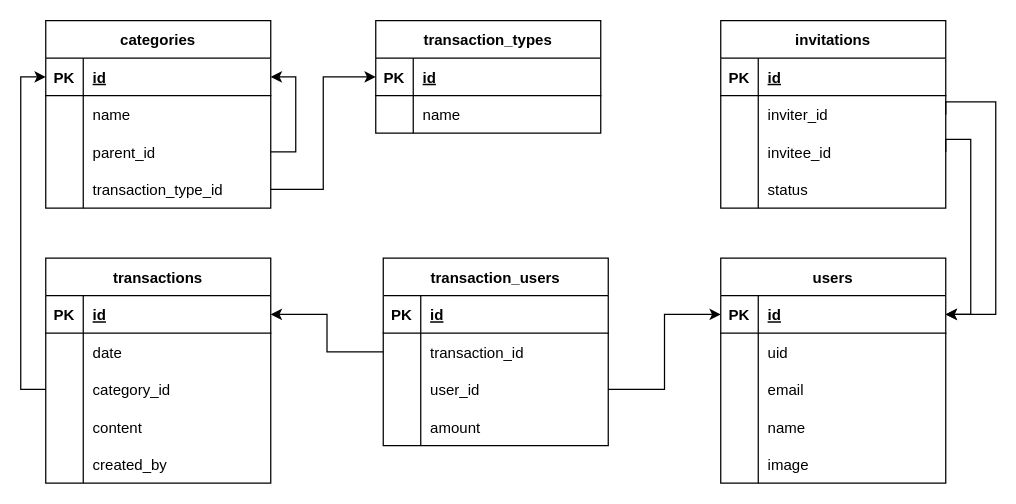
This is er.drawio from codeto0516/pairly-backend, a draw.io file, before an edit. Source tidied: cells renumbered, new cells numbered last; positions are measured from the earlier drawing's top-left corner, leaving out a move shared by most shapes. Both pictures are drawn from the tidied source at 125%, with x=0, y=0 at pixel (-705, -211).
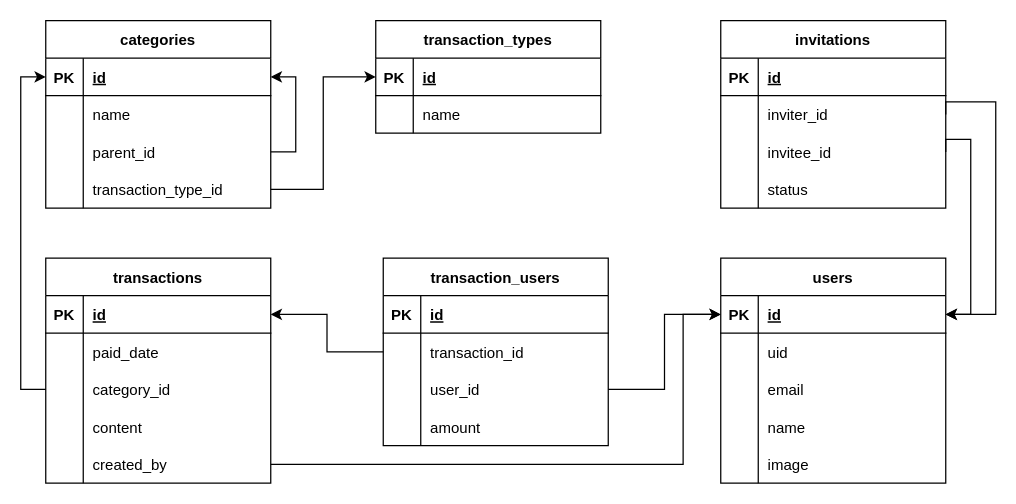
Above is the later version.

The change refers to these unchanged cells:
```xml
<mxCell id="13" style="shape=tableRow;horizontal=0;startSize=0;swimlaneHead=0;swimlaneBody=0;fillColor=none;top=0;left=0;right=0;bottom=0;" parent="9" vertex="1">
  <mxGeometry y="60" width="180" height="30" as="geometry" />
</mxCell>
<mxCell id="22" style="shape=tableRow;horizontal=0;startSize=0;swimlaneHead=0;swimlaneBody=0;fillColor=none;points=[[0,0.5],[1,0.5]];portConstraint=eastwest;top=0;left=0;right=0;bottom=0;" parent="9" vertex="1">
  <mxGeometry y="150" width="180" height="30" as="geometry" />
</mxCell>
<mxCell id="26" style="shape=tableRow;horizontal=0;startSize=0;swimlaneHead=0;swimlaneBody=0;fillColor=none;points=[[0,0.5],[1,0.5]];portConstraint=eastwest;top=0;left=0;right=0;bottom=1;" parent="25" vertex="1">
  <mxGeometry y="30" width="180" height="30" as="geometry" />
</mxCell>
```

Diff of the diagram source:
```diff
@@
-    <mxCell id="15" value="date" style="shape=partialRectangle;fillColor=none;top=0;left=0;bottom=0;right=0;align=left;spacingLeft=6;overflow=hidden;" parent="13" vertex="1">
+    <mxCell id="15" value="paid_date" style="shape=partialRectangle;fillColor=none;top=0;left=0;bottom=0;right=0;align=left;spacingLeft=6;overflow=hidden;" parent="13" vertex="1">
       <mxGeometry x="30" width="150" height="30" as="geometry" />
     </mxCell>
@@
+    <mxCell id="90" style="edgeStyle=orthogonalEdgeStyle;html=1;exitX=1;exitY=0.5;exitDx=0;exitDy=0;entryX=0;entryY=0.5;entryDx=0;entryDy=0;rounded=0;" parent="1" edge="1" source="22" target="26">
+      <mxGeometry relative="1" as="geometry">
+        <Array as="points">
+          <mxPoint x="1110" y="540" />
+          <mxPoint x="1110" y="420" />
+        </Array>
+      </mxGeometry>
+    </mxCell>
```
